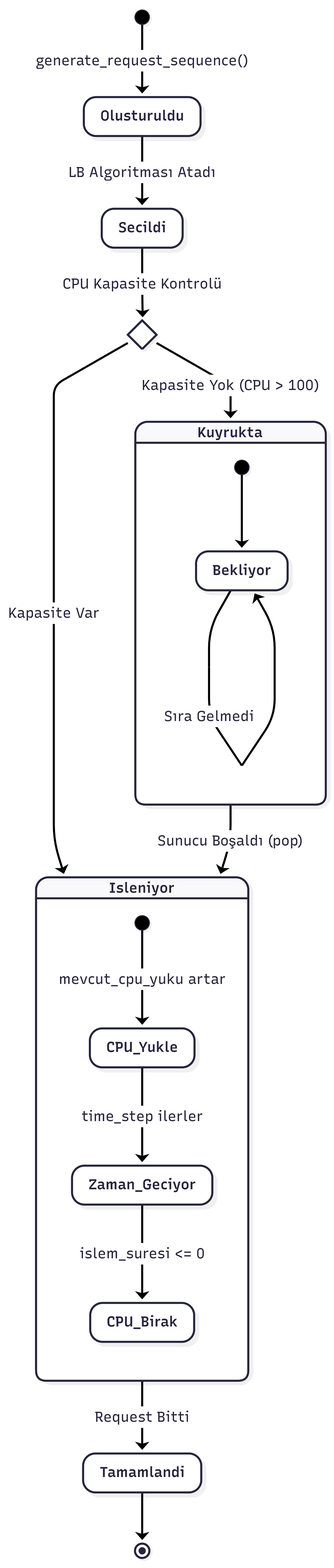
Earlier version of the Mermaid export shared/png/Diagram.png (tahakara/optimization_scenario). Its source is kept beside it as shared/mmd/Diagram.mmd. Its diagram source:
```mermaid
stateDiagram-v2
    [*] --> Olusturuldu : generate_request_sequence()

    Olusturuldu --> Secildi : LB Algoritması Atadı

    state CPU_Kontrol_Sonucu <<choice>>

    Secildi --> CPU_Kontrol_Sonucu : CPU Kapasite Kontrolü

    CPU_Kontrol_Sonucu --> Isleniyor : Kapasite Var
    CPU_Kontrol_Sonucu --> Kuyrukta : Kapasite Yok (CPU > 100)

    state Kuyrukta {
        [*] --> Bekliyor
        Bekliyor --> Bekliyor : Sıra Gelmedi
    }

    Kuyrukta --> Isleniyor : Sunucu Boşaldı (pop)

    state Isleniyor {
        [*] --> CPU_Yukle : mevcut_cpu_yuku artar
        CPU_Yukle --> Zaman_Geciyor : time_step ilerler
        Zaman_Geciyor --> CPU_Birak : islem_suresi <= 0
    }

    Isleniyor --> Tamamlandi : Request Bitti
    Tamamlandi --> [*]
```
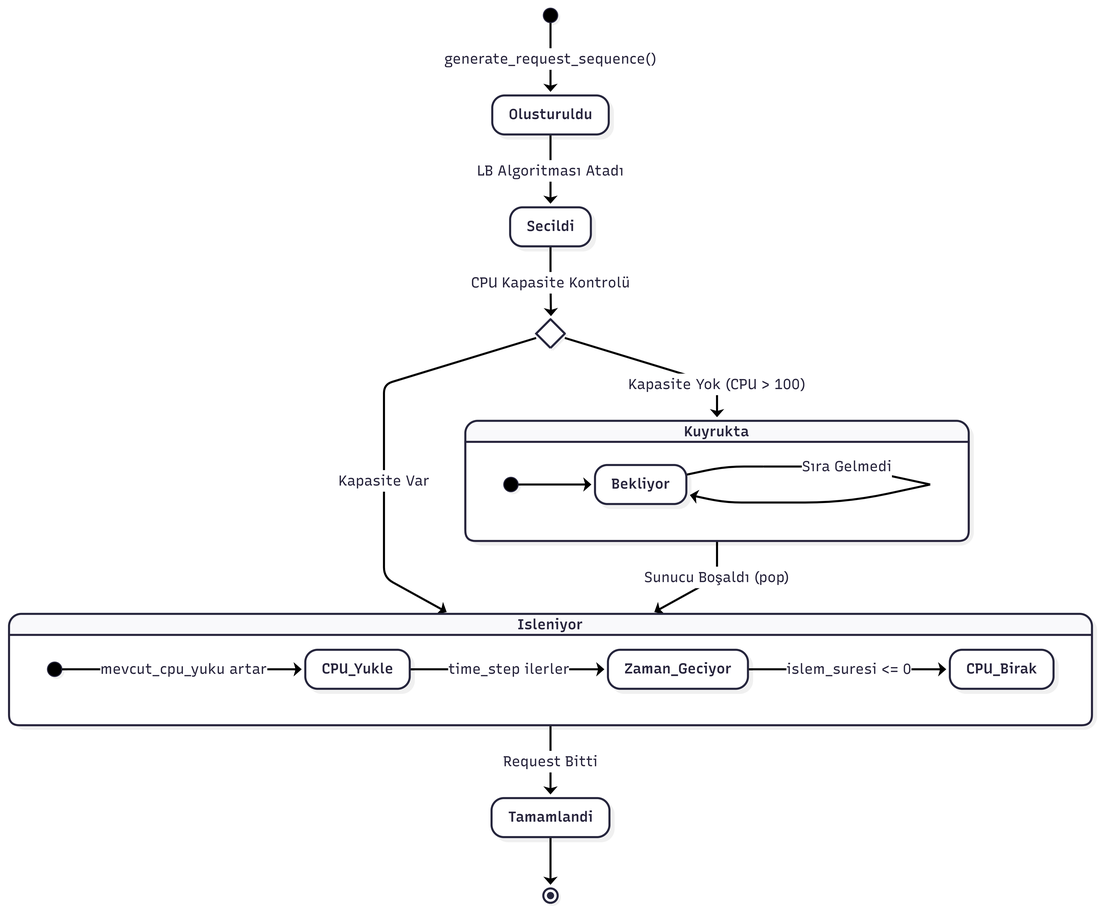
The same file after the commit.

Change to the diagram source:
```diff
@@ -1,4 +1,6 @@
 stateDiagram-v2
+    direction TB
+
     [*] --> Olusturuldu : generate_request_sequence()
 
     Olusturuldu --> Secildi : LB Algoritması Atadı
@@ -11,6 +13,7 @@
     CPU_Kontrol_Sonucu --> Kuyrukta : Kapasite Yok (CPU > 100)
 
     state Kuyrukta {
+        direction LR
         [*] --> Bekliyor
         Bekliyor --> Bekliyor : Sıra Gelmedi
     }
@@ -18,6 +21,7 @@
     Kuyrukta --> Isleniyor : Sunucu Boşaldı (pop)
 
     state Isleniyor {
+        direction LR
         [*] --> CPU_Yukle : mevcut_cpu_yuku artar
         CPU_Yukle --> Zaman_Geciyor : time_step ilerler
         Zaman_Geciyor --> CPU_Birak : islem_suresi <= 0
```
